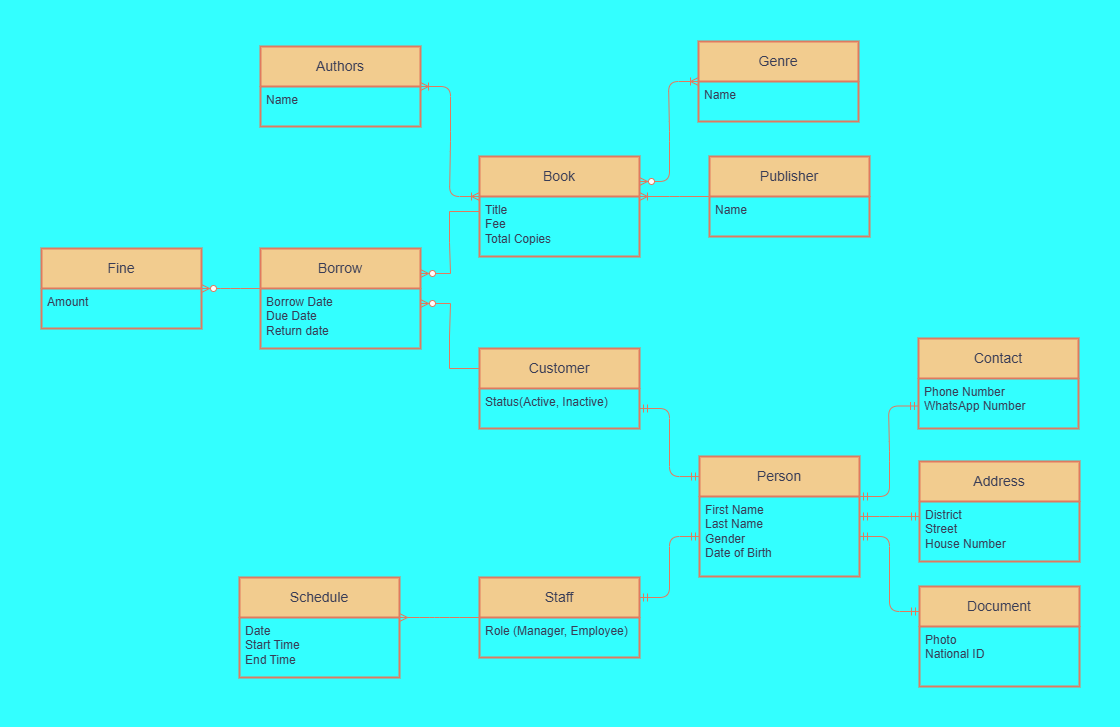
Earlier version of the draw.io export Library Database System/assets/ERD.png (reza720/database-projects-collection). Source tidied: cells renumbered, new cells last; positions are measured from the earlier drawing's top-left corner, leaving out a move shared by most shapes.
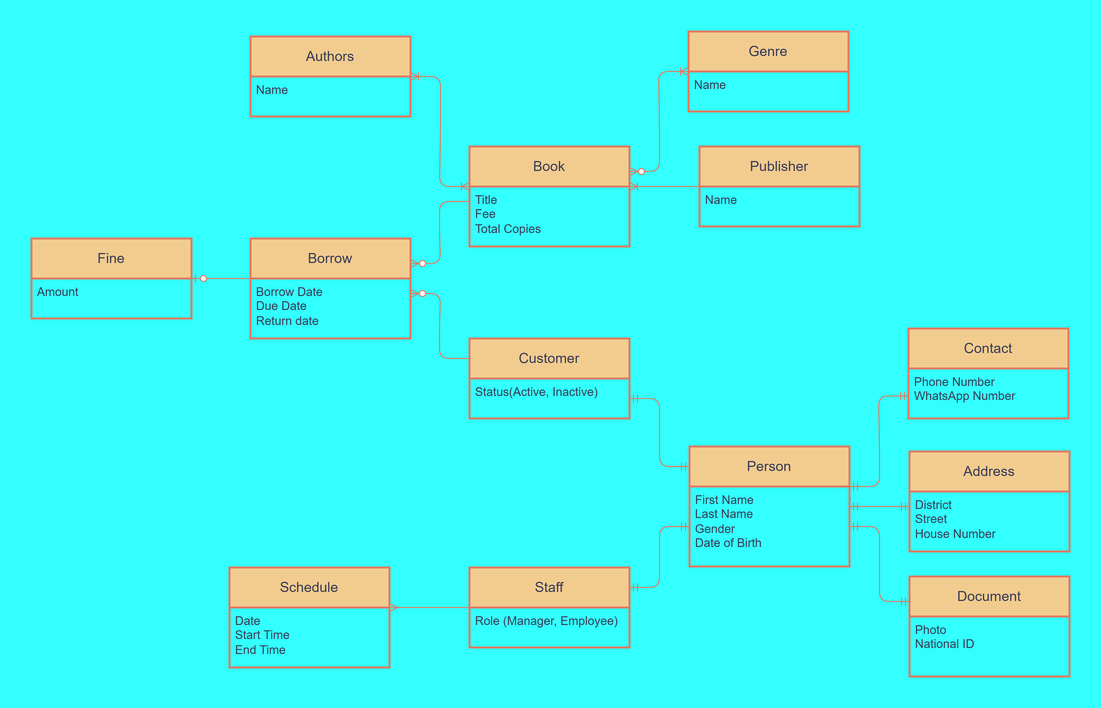
The same diagram one commit later.

The edit, as a diff of the source:
```diff
@@ -95,13 +95,10 @@
     <mxCell id="32" style="edgeStyle=entityRelationEdgeStyle;fontSize=12;html=1;endArrow=ERmany;rounded=1;exitX=0;exitY=0;exitDx=0;exitDy=0;entryX=1;entryY=0;entryDx=0;entryDy=0;labelBackgroundColor=none;strokeColor=#E07A5F;fontColor=default;" parent="1" edge="1" source="14" target="20">
       <mxGeometry relative="1" as="geometry" />
     </mxCell>
-    <mxCell id="33" style="edgeStyle=entityRelationEdgeStyle;fontSize=12;html=1;endArrow=ERzeroToMany;endFill=1;rounded=1;exitX=0;exitY=0;exitDx=0;exitDy=0;entryX=1;entryY=0;entryDx=0;entryDy=0;labelBackgroundColor=none;strokeColor=#E07A5F;fontColor=default;" parent="1" edge="1" source="37" target="30">
-      <mxGeometry relative="1" as="geometry" />
-    </mxCell>
     <mxCell id="34" style="edgeStyle=entityRelationEdgeStyle;fontSize=12;html=1;endArrow=ERoneToMany;startArrow=ERoneToMany;rounded=1;exitX=1;exitY=0;exitDx=0;exitDy=0;entryX=0;entryY=0;entryDx=0;entryDy=0;labelBackgroundColor=none;strokeColor=#E07A5F;fontColor=default;" parent="1" edge="1" source="28" target="22">
       <mxGeometry relative="1" as="geometry" />
     </mxCell>
-    <mxCell id="35" style="edgeStyle=entityRelationEdgeStyle;fontSize=12;html=1;endArrow=ERoneToMany;rounded=0;strokeColor=#E07A5F;fontColor=#393C56;fillColor=#F2CC8F;exitX=0;exitY=0;exitDx=0;exitDy=0;entryX=1;entryY=0;entryDx=0;entryDy=0;" parent="1" edge="1" source="24" target="22">
+    <mxCell id="35" style="edgeStyle=entityRelationEdgeStyle;fontSize=12;html=1;endArrow=ERoneToMany;rounded=1;strokeColor=#E07A5F;fontColor=default;fillColor=#F2CC8F;exitX=0;exitY=0;exitDx=0;exitDy=0;entryX=1;entryY=0;entryDx=0;entryDy=0;labelBackgroundColor=none;" parent="1" edge="1" source="24" target="22">
       <mxGeometry relative="1" as="geometry" />
     </mxCell>
     <mxCell id="36" value="Borrow" style="swimlane;horizontal=1;startSize=40;rounded=1;fontSize=14;fontStyle=0;strokeWidth=2;shadow=0;dashed=0;align=center;arcSize=0;whiteSpace=wrap;html=1;labelBackgroundColor=none;fillColor=#F2CC8F;strokeColor=#E07A5F;fontColor=#393C56;" parent="1" vertex="1">
@@ -110,11 +107,14 @@
     <mxCell id="37" value="Borrow Date&lt;div&gt;Due Date&lt;/div&gt;&lt;div&gt;Return date&lt;/div&gt;" style="align=left;strokeColor=none;fillColor=none;spacingLeft=4;spacingRight=4;fontSize=12;verticalAlign=top;html=1;whiteSpace=wrap;rounded=1;labelBackgroundColor=none;fontColor=#393C56;" parent="36" vertex="1">
       <mxGeometry y="40" width="160" height="60" as="geometry" />
     </mxCell>
-    <mxCell id="38" style="edgeStyle=entityRelationEdgeStyle;fontSize=12;html=1;endArrow=ERzeroToMany;endFill=1;rounded=0;strokeColor=#E07A5F;fontColor=#393C56;fillColor=#F2CC8F;exitX=0;exitY=0.25;exitDx=0;exitDy=0;entryX=1;entryY=0.25;entryDx=0;entryDy=0;" parent="1" edge="1" source="15" target="37">
+    <mxCell id="38" style="edgeStyle=entityRelationEdgeStyle;fontSize=12;html=1;endArrow=ERzeroToMany;endFill=1;rounded=1;strokeColor=#E07A5F;fontColor=default;fillColor=#F2CC8F;exitX=0;exitY=0.25;exitDx=0;exitDy=0;entryX=1;entryY=0.25;entryDx=0;entryDy=0;labelBackgroundColor=none;" parent="1" edge="1" source="15" target="37">
       <mxGeometry relative="1" as="geometry" />
     </mxCell>
-    <mxCell id="39" style="edgeStyle=entityRelationEdgeStyle;fontSize=12;html=1;endArrow=ERzeroToMany;endFill=1;rounded=0;strokeColor=#E07A5F;fontColor=#393C56;fillColor=#F2CC8F;exitX=0;exitY=0.25;exitDx=0;exitDy=0;entryX=1;entryY=0.25;entryDx=0;entryDy=0;" parent="1" edge="1" source="22" target="36">
+    <mxCell id="39" style="edgeStyle=entityRelationEdgeStyle;fontSize=12;html=1;endArrow=ERzeroToMany;endFill=1;rounded=1;strokeColor=#E07A5F;fontColor=default;fillColor=#F2CC8F;exitX=0;exitY=0.25;exitDx=0;exitDy=0;entryX=1;entryY=0.25;entryDx=0;entryDy=0;labelBackgroundColor=none;" parent="1" edge="1" source="22" target="36">
       <mxGeometry relative="1" as="geometry" />
     </mxCell>
+    <mxCell id="40" style="edgeStyle=entityRelationEdgeStyle;fontSize=12;html=1;endArrow=ERzeroToOne;endFill=1;rounded=1;exitX=0;exitY=0;exitDx=0;exitDy=0;entryX=1;entryY=0.5;entryDx=0;entryDy=0;labelBackgroundColor=none;strokeColor=#E07A5F;fontColor=default;" parent="1" edge="1" source="37" target="29">
+      <mxGeometry relative="1" as="geometry" />
+    </mxCell>
   </root>
 </mxGraphModel>
```
